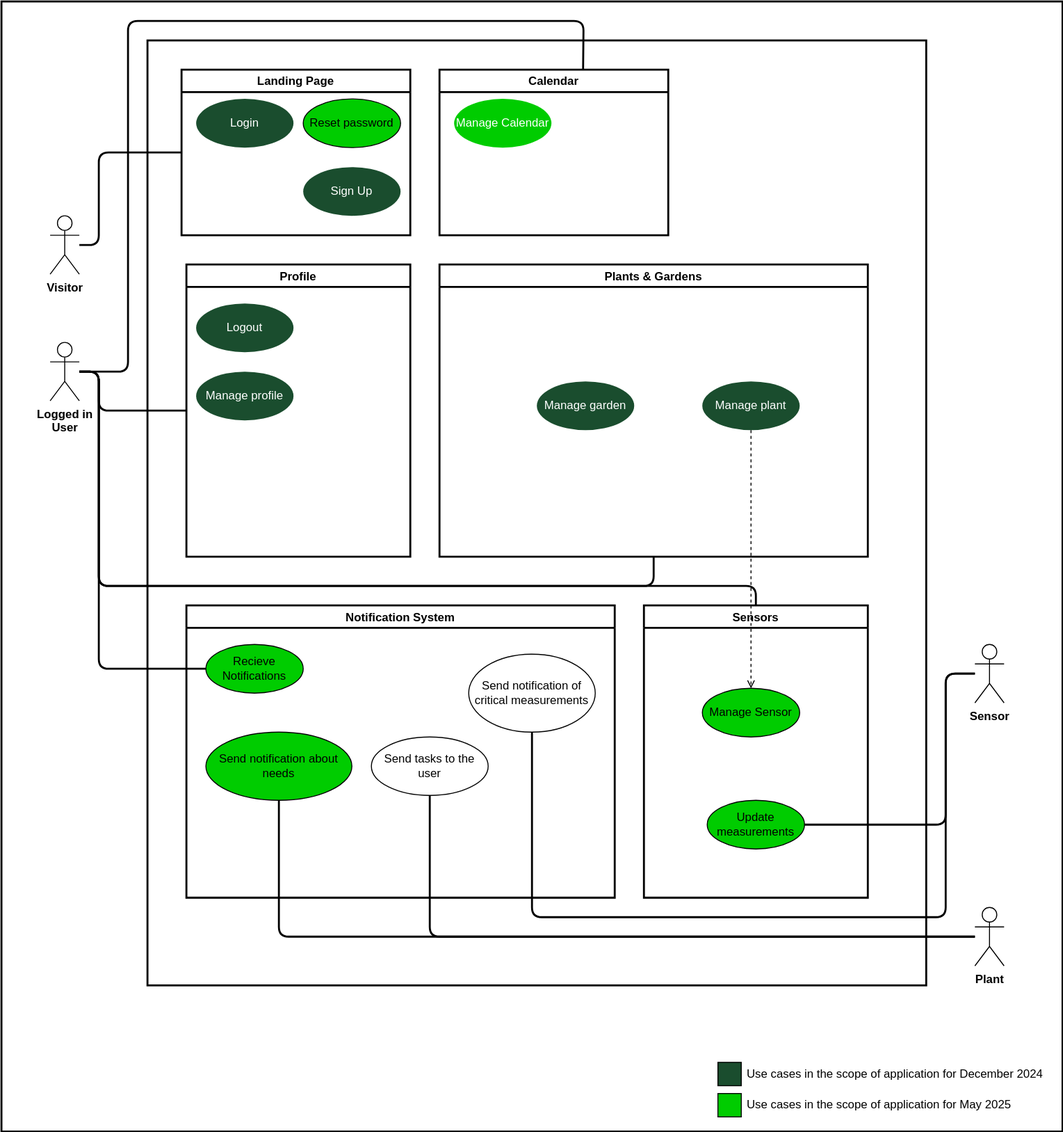
This is docs/assets/svg/GreenFingersUsecases.drawio.svg from Green-Fingers-App/gardeningApp, a draw.io export, as it was before one commit. Source tidied: cells renumbered, new cells last; positions are measured from the earlier drawing's top-left corner, leaving out a move shared by most shapes. Its diagram source:
```xml
<mxGraphModel>
  <root>
    <mxCell id="0" />
    <mxCell id="1" parent="0" />
    <mxCell id="2" style="group;labelBackgroundColor=#006600;fillColor=#003300;fontColor=#000000;" parent="1" vertex="1">
      <mxGeometry y="80" width="760" height="760" as="geometry" />
    </mxCell>
    <mxCell id="3" style="whiteSpace=wrap;html=1;fillColor=#FFFFFF;strokeColor=#000000;strokeWidth=2;" parent="1" vertex="1">
      <mxGeometry width="1090" height="1160" as="geometry" />
    </mxCell>
    <mxCell id="4" value="&lt;font color=&quot;#000000&quot;&gt;Use cases in the scope of application for December 2024&lt;/font&gt;" style="text;html=1;strokeColor=none;fillColor=none;align=left;verticalAlign=middle;whiteSpace=wrap;rounded=0;" parent="1" vertex="1">
      <mxGeometry x="764" y="1086" width="316" height="30" as="geometry" />
    </mxCell>
    <mxCell id="5" style="rounded=0;whiteSpace=wrap;html=1;fillColor=#1A4D2E;" parent="1" vertex="1">
      <mxGeometry x="736" y="1089" width="24" height="24" as="geometry" />
    </mxCell>
    <mxCell id="6" style="whiteSpace=wrap;html=1;fillColor=#FFFFFF;strokeColor=#000000;strokeWidth=2;" parent="1" vertex="1">
      <mxGeometry x="150" y="40" width="800" height="970" as="geometry" />
    </mxCell>
    <mxCell id="7" value="Profile" style="swimlane;strokeColor=#000000;strokeWidth=2;fillColor=#FFFFFF;fontColor=#000000;" parent="1" vertex="1">
      <mxGeometry x="190" y="270" width="230" height="300" as="geometry" />
    </mxCell>
    <mxCell id="8" value="Manage profile" style="ellipse;whiteSpace=wrap;html=1;verticalAlign=middle;fillColor=#1A4D2E;fontColor=#FFFFFF;strokeColor=none;" parent="7" vertex="1">
      <mxGeometry x="10" y="110" width="100" height="50" as="geometry" />
    </mxCell>
    <mxCell id="9" value="Plants &amp; Gardens" style="swimlane;strokeColor=#000000;strokeWidth=2;fillColor=#FFFFFF;fontColor=#000000;" parent="1" vertex="1">
      <mxGeometry x="450" y="270" width="440" height="300" as="geometry" />
    </mxCell>
    <mxCell id="10" value="Manage plant" style="ellipse;whiteSpace=wrap;html=1;verticalAlign=middle;fillColor=#1A4D2E;fontColor=#FFFFFF;strokeColor=none;" parent="9" vertex="1">
      <mxGeometry x="270" y="120" width="100" height="50" as="geometry" />
    </mxCell>
    <mxCell id="11" value="Manage garden" style="ellipse;whiteSpace=wrap;html=1;verticalAlign=middle;fillColor=#1A4D2E;fontColor=#FFFFFF;strokeColor=none;" parent="9" vertex="1">
      <mxGeometry x="100" y="120" width="100" height="50" as="geometry" />
    </mxCell>
    <mxCell id="12" value="Notification System" style="swimlane;strokeColor=#000000;strokeWidth=2;fillColor=#FFFFFF;fontColor=#000000;" parent="1" vertex="1">
      <mxGeometry x="190" y="620" width="440" height="300" as="geometry" />
    </mxCell>
    <mxCell id="13" value="Send notification of critical measurements" style="ellipse;whiteSpace=wrap;html=1;verticalAlign=middle;fontColor=#000000;fillColor=#FFFFFF;strokeColor=#000000;" parent="12" vertex="1">
      <mxGeometry x="290" y="50" width="130" height="80" as="geometry" />
    </mxCell>
    <mxCell id="14" value="Send tasks to the user" style="ellipse;whiteSpace=wrap;html=1;verticalAlign=middle;fontColor=#000000;fillColor=#FFFFFF;strokeColor=#000000;" parent="12" vertex="1">
      <mxGeometry x="190" y="135" width="120" height="60" as="geometry" />
    </mxCell>
    <mxCell id="15" style="edgeStyle=none;html=1;entryX=0;entryY=0.5;entryDx=0;entryDy=0;fontColor=#000000;strokeColor=#000000;endArrow=none;endFill=0;strokeWidth=2;" parent="1" edge="1" source="19" target="7">
      <mxGeometry relative="1" as="geometry">
        <Array as="points">
          <mxPoint x="100" y="380" />
          <mxPoint x="100" y="420" />
        </Array>
      </mxGeometry>
    </mxCell>
    <mxCell id="16" style="edgeStyle=none;html=1;entryX=0.5;entryY=1;entryDx=0;entryDy=0;strokeColor=#000000;strokeWidth=2;fontColor=#000000;endArrow=none;endFill=0;" parent="1" edge="1" source="19" target="9">
      <mxGeometry relative="1" as="geometry">
        <Array as="points">
          <mxPoint x="100" y="380" />
          <mxPoint x="100" y="600" />
          <mxPoint x="670" y="600" />
        </Array>
      </mxGeometry>
    </mxCell>
    <mxCell id="17" style="edgeStyle=none;html=1;entryX=0;entryY=0.5;entryDx=0;entryDy=0;strokeColor=#000000;strokeWidth=2;fontColor=#000000;endArrow=none;endFill=0;" parent="1" edge="1" source="19" target="28">
      <mxGeometry relative="1" as="geometry">
        <Array as="points">
          <mxPoint x="100" y="380" />
          <mxPoint x="100" y="530" />
          <mxPoint x="100" y="685" />
        </Array>
      </mxGeometry>
    </mxCell>
    <mxCell id="18" style="edgeStyle=none;html=1;entryX=0.5;entryY=0;entryDx=0;entryDy=0;strokeColor=#000000;strokeWidth=2;fontColor=#000000;endArrow=none;endFill=0;" parent="1" edge="1" source="19" target="29">
      <mxGeometry relative="1" as="geometry">
        <Array as="points">
          <mxPoint x="100" y="380" />
          <mxPoint x="100" y="600" />
          <mxPoint x="775" y="600" />
        </Array>
      </mxGeometry>
    </mxCell>
    <mxCell id="19" value="&lt;font&gt;Logged in &lt;br&gt;User&lt;/font&gt;" style="shape=umlActor;verticalLabelPosition=bottom;verticalAlign=top;html=1;outlineConnect=0;fontColor=#000000;fontStyle=1;strokeColor=#000000;fillColor=#FFFFFF;" parent="1" vertex="1">
      <mxGeometry x="50" y="350" width="30" height="60" as="geometry" />
    </mxCell>
    <mxCell id="20" style="edgeStyle=none;html=1;entryX=1;entryY=0.5;entryDx=0;entryDy=0;strokeColor=#000000;strokeWidth=2;fontColor=#000000;endArrow=none;endFill=0;" parent="1" edge="1" source="22" target="32">
      <mxGeometry relative="1" as="geometry">
        <Array as="points">
          <mxPoint x="970" y="690" />
          <mxPoint x="970" y="845" />
        </Array>
      </mxGeometry>
    </mxCell>
    <mxCell id="21" style="edgeStyle=none;html=1;entryX=0.5;entryY=1;entryDx=0;entryDy=0;strokeColor=#000000;strokeWidth=2;fontColor=#FFFFFF;endArrow=none;endFill=0;" parent="1" edge="1" source="22" target="13">
      <mxGeometry relative="1" as="geometry">
        <Array as="points">
          <mxPoint x="970" y="690" />
          <mxPoint x="970" y="940" />
          <mxPoint x="545" y="940" />
        </Array>
      </mxGeometry>
    </mxCell>
    <mxCell id="22" value="&lt;font&gt;&lt;b&gt;Sensor&lt;/b&gt;&lt;/font&gt;" style="shape=umlActor;verticalLabelPosition=bottom;verticalAlign=top;html=1;outlineConnect=0;fontColor=#000000;strokeColor=#000000;fillColor=#FFFFFF;" parent="1" vertex="1">
      <mxGeometry x="1000" y="660" width="30" height="60" as="geometry" />
    </mxCell>
    <mxCell id="23" style="edgeStyle=none;html=1;entryX=0.5;entryY=1;entryDx=0;entryDy=0;strokeColor=#000000;strokeWidth=2;fontColor=#000000;endArrow=none;endFill=0;" parent="1" edge="1" target="14">
      <mxGeometry relative="1" as="geometry">
        <mxPoint x="1000" y="960" as="sourcePoint" />
        <Array as="points">
          <mxPoint x="610" y="960" />
          <mxPoint x="440" y="960" />
        </Array>
      </mxGeometry>
    </mxCell>
    <mxCell id="24" style="edgeStyle=none;html=1;entryX=0.5;entryY=1;entryDx=0;entryDy=0;strokeColor=#000000;strokeWidth=2;fontColor=#000000;endArrow=none;endFill=0;" parent="1" edge="1" target="31">
      <mxGeometry relative="1" as="geometry">
        <mxPoint x="1000" y="960" as="sourcePoint" />
        <Array as="points">
          <mxPoint x="285" y="960" />
        </Array>
      </mxGeometry>
    </mxCell>
    <mxCell id="25" value="&lt;font&gt;Plant&lt;/font&gt;" style="shape=umlActor;verticalLabelPosition=bottom;verticalAlign=top;html=1;fontStyle=1;fontColor=#000000;strokeColor=#000000;fillColor=#FFFFFF;" parent="1" vertex="1">
      <mxGeometry x="1000" y="930" width="30" height="60" as="geometry" />
    </mxCell>
    <mxCell id="26" value="Logout" style="ellipse;whiteSpace=wrap;html=1;verticalAlign=middle;fillColor=#1A4D2E;fontColor=#FFFFFF;strokeColor=none;" parent="1" vertex="1">
      <mxGeometry x="200" y="310" width="100" height="50" as="geometry" />
    </mxCell>
    <mxCell id="27" value="Sign Up" style="ellipse;whiteSpace=wrap;html=1;verticalAlign=middle;strokeColor=none;align=center;fontFamily=Helvetica;fontSize=12;fontColor=#FFFFFF;fillColor=#1A4D2E;" parent="1" vertex="1">
      <mxGeometry x="310" y="170" width="100" height="50" as="geometry" />
    </mxCell>
    <mxCell id="28" value="Recieve Notifications" style="ellipse;whiteSpace=wrap;html=1;verticalAlign=middle;fillColor=#00CC00;fontColor=#000000;strokeColor=default;" parent="1" vertex="1">
      <mxGeometry x="210" y="660" width="100" height="50" as="geometry" />
    </mxCell>
    <mxCell id="29" value="Sensors" style="swimlane;strokeColor=#000000;strokeWidth=2;fillColor=#FFFFFF;fontColor=#000000;" parent="1" vertex="1">
      <mxGeometry x="660" y="620" width="230" height="300" as="geometry" />
    </mxCell>
    <mxCell id="30" value="Manage Sensor" style="ellipse;whiteSpace=wrap;html=1;verticalAlign=middle;fontColor=#000000;fillColor=#00CC00;strokeColor=#000000;" parent="29" vertex="1">
      <mxGeometry x="60" y="85" width="100" height="50" as="geometry" />
    </mxCell>
    <mxCell id="31" value="&lt;font&gt;Send notification about needs&lt;/font&gt;" style="ellipse;whiteSpace=wrap;html=1;verticalAlign=middle;fontColor=#000000;fillColor=#00CC00;strokeColor=default;" parent="1" vertex="1">
      <mxGeometry x="210" y="750" width="150" height="70" as="geometry" />
    </mxCell>
    <mxCell id="32" value="Update measurements" style="ellipse;whiteSpace=wrap;html=1;verticalAlign=middle;fontColor=#000000;fillColor=#00CC00;strokeColor=#000000;" parent="1" vertex="1">
      <mxGeometry x="725" y="820" width="100" height="50" as="geometry" />
    </mxCell>
    <mxCell id="33" value="Visitor" style="shape=umlActor;verticalLabelPosition=bottom;verticalAlign=top;html=1;fontStyle=1;" parent="1" vertex="1">
      <mxGeometry x="50" y="220" width="30" height="60" as="geometry" />
    </mxCell>
    <mxCell id="34" value="Landing Page" style="swimlane;whiteSpace=wrap;html=1;fontStyle=1;strokeWidth=2;" parent="1" vertex="1">
      <mxGeometry x="185" y="70" width="235" height="170" as="geometry" />
    </mxCell>
    <mxCell id="35" value="Login" style="ellipse;whiteSpace=wrap;html=1;verticalAlign=middle;fillColor=#1A4D2E;fontColor=#FFFFFF;strokeColor=none;" parent="34" vertex="1">
      <mxGeometry x="15" y="30" width="100" height="50" as="geometry" />
    </mxCell>
    <mxCell id="36" style="edgeStyle=none;html=1;entryX=0;entryY=0.5;entryDx=0;entryDy=0;fontColor=#000000;strokeColor=#000000;endArrow=none;endFill=0;strokeWidth=2;" parent="1" edge="1" target="34">
      <mxGeometry relative="1" as="geometry">
        <mxPoint x="80" y="250" as="sourcePoint" />
        <Array as="points">
          <mxPoint x="100" y="250" />
          <mxPoint x="100" y="155" />
        </Array>
      </mxGeometry>
    </mxCell>
    <mxCell id="37" value="Reset password" style="ellipse;whiteSpace=wrap;html=1;verticalAlign=middle;fontColor=#000000;fillColor=#00CC00;strokeColor=#000000;" parent="1" vertex="1">
      <mxGeometry x="310" y="100" width="100" height="50" as="geometry" />
    </mxCell>
    <mxCell id="38" style="edgeStyle=none;html=1;exitX=0.5;exitY=1;exitDx=0;exitDy=0;endArrow=open;endFill=0;dashed=1;" parent="1" edge="1" source="10" target="30">
      <mxGeometry relative="1" as="geometry" />
    </mxCell>
    <mxCell id="39" value="Calendar" style="swimlane;whiteSpace=wrap;html=1;fontStyle=1;strokeWidth=2;" parent="1" vertex="1">
      <mxGeometry x="450" y="70" width="235" height="170" as="geometry" />
    </mxCell>
    <mxCell id="40" value="Manage Calendar" style="ellipse;whiteSpace=wrap;html=1;verticalAlign=middle;fillColor=#00CC00;fontColor=#FFFFFF;strokeColor=none;" parent="39" vertex="1">
      <mxGeometry x="15" y="30" width="100" height="50" as="geometry" />
    </mxCell>
    <mxCell id="41" style="edgeStyle=none;html=1;entryX=0.5;entryY=0;entryDx=0;entryDy=0;fontColor=#000000;strokeColor=#000000;endArrow=none;endFill=0;strokeWidth=2;" parent="1" edge="1">
      <mxGeometry relative="1" as="geometry">
        <mxPoint x="90" y="380" as="sourcePoint" />
        <mxPoint x="597.5" y="70" as="targetPoint" />
        <Array as="points">
          <mxPoint x="130" y="380" />
          <mxPoint x="130" y="20" />
          <mxPoint x="380" y="20" />
          <mxPoint x="598" y="20" />
        </Array>
      </mxGeometry>
    </mxCell>
    <mxCell id="42" value="&lt;font color=&quot;#000000&quot;&gt;Use cases in the scope of application for May 2025&lt;/font&gt;" style="text;html=1;strokeColor=none;fillColor=none;align=left;verticalAlign=middle;whiteSpace=wrap;rounded=0;" parent="1" vertex="1">
      <mxGeometry x="764" y="1118" width="316" height="30" as="geometry" />
    </mxCell>
    <mxCell id="43" style="rounded=0;whiteSpace=wrap;html=1;fillColor=#00CC00;" parent="1" vertex="1">
      <mxGeometry x="736" y="1121" width="24" height="24" as="geometry" />
    </mxCell>
  </root>
</mxGraphModel>
```
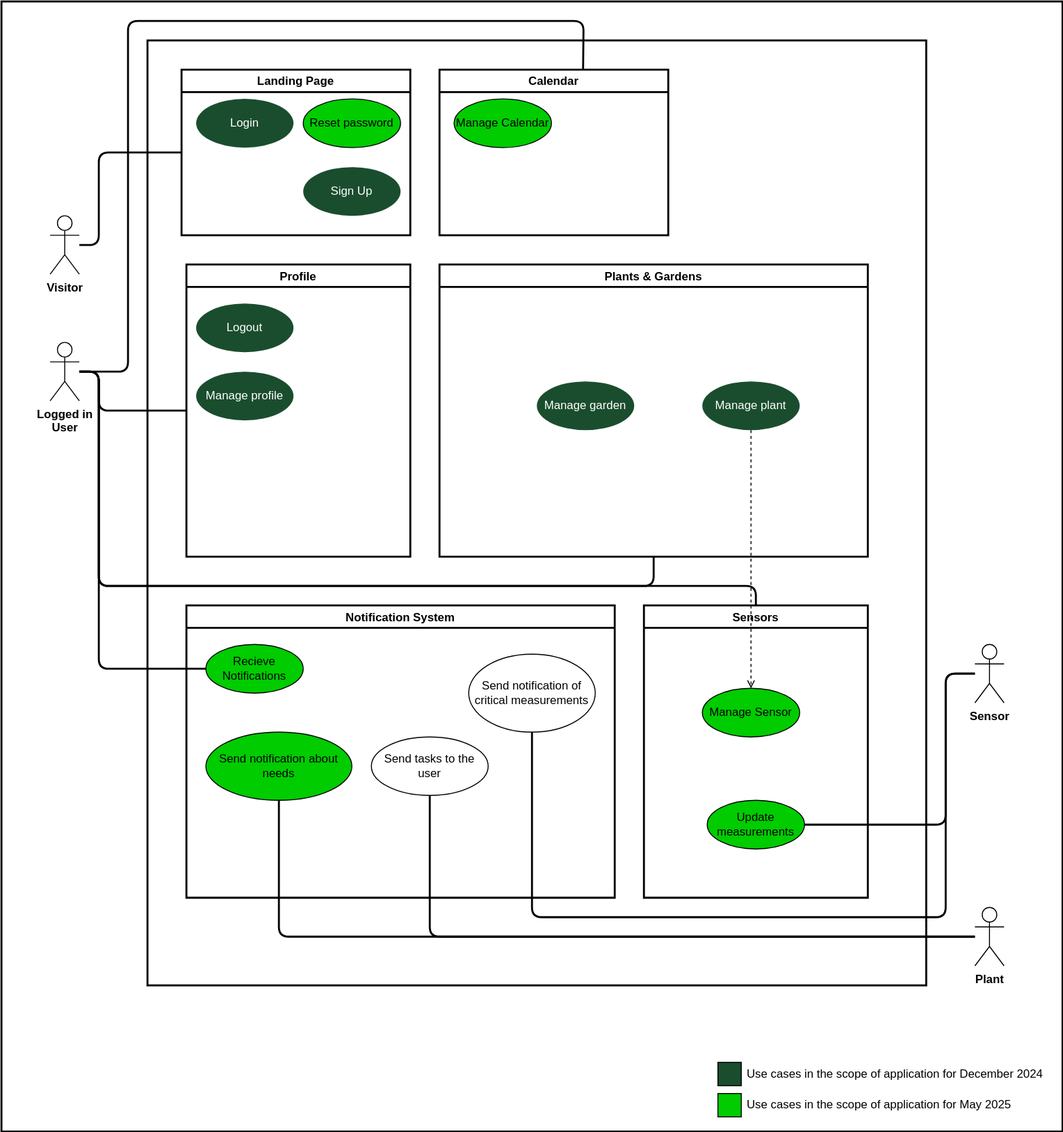
The same file after the commit.

Commit message:
Updated scope colour scheme

The edit, as a diff of the source:
```diff
@@ -167,7 +167,7 @@
     <mxCell id="39" value="Calendar" style="swimlane;whiteSpace=wrap;html=1;fontStyle=1;strokeWidth=2;" parent="1" vertex="1">
       <mxGeometry x="450" y="70" width="235" height="170" as="geometry" />
     </mxCell>
-    <mxCell id="40" value="Manage Calendar" style="ellipse;whiteSpace=wrap;html=1;verticalAlign=middle;fillColor=#00CC00;fontColor=#FFFFFF;strokeColor=none;" parent="39" vertex="1">
+    <mxCell id="40" value="Manage Calendar" style="ellipse;whiteSpace=wrap;html=1;verticalAlign=middle;fillColor=#00CC00;fontColor=#000000;strokeColor=default;" parent="39" vertex="1">
       <mxGeometry x="15" y="30" width="100" height="50" as="geometry" />
     </mxCell>
     <mxCell id="41" style="edgeStyle=none;html=1;entryX=0.5;entryY=0;entryDx=0;entryDy=0;fontColor=#000000;strokeColor=#000000;endArrow=none;endFill=0;strokeWidth=2;" parent="1" edge="1">
```
